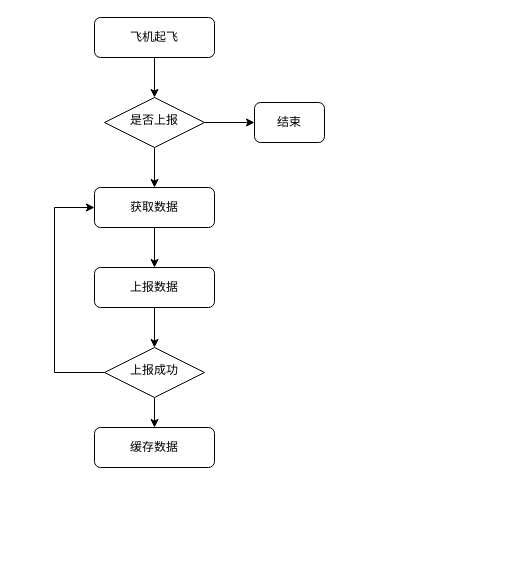
Earlier version of the draw.io diagram 动态数据报送.drawio (xubinlu/AndroidNDK). Source tidied: cells renumbered, new cells numbered last; positions are measured from the earlier drawing's top-left corner, leaving out a move shared by most shapes. Both pictures are drawn from the tidied source at 100%, with x=0, y=0 at pixel (54, 17).
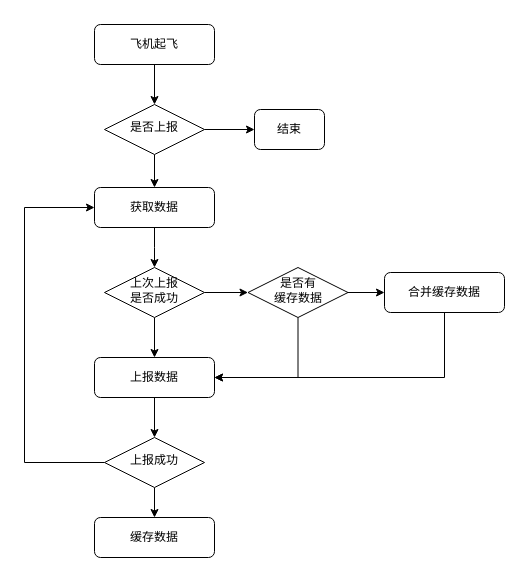
The same diagram, later.

Commit message (it also covers changes not shown here):
更新动态数据报送.drawio

The change refers to these unchanged cells:
```xml
<mxCell id="9" value="获取数据" style="rounded=1;whiteSpace=wrap;html=1;fontSize=12;glass=0;strokeWidth=1;shadow=0;" parent="1" vertex="1">
  <mxGeometry x="40" y="170" width="120" height="40" as="geometry" />
</mxCell>
```

Change to the diagram source:
```diff
@@
     <mxCell id="3" value="飞机起飞" style="rounded=1;whiteSpace=wrap;html=1;fontSize=12;glass=0;strokeWidth=1;shadow=0;" parent="1" vertex="1">
-      <mxGeometry x="40" width="120" height="40" as="geometry" />
+      <mxGeometry x="40" y="7" width="120" height="40" as="geometry" />
     </mxCell>
@@
     <mxCell id="6" value="是否上报" style="rhombus;whiteSpace=wrap;html=1;shadow=0;fontFamily=Helvetica;fontSize=12;align=center;strokeWidth=1;spacing=6;spacingTop=-4;" parent="1" vertex="1">
-      <mxGeometry x="50" y="80" width="100" height="50" as="geometry" />
+      <mxGeometry x="50" y="87" width="100" height="50" as="geometry" />
     </mxCell>
     <mxCell id="7" value="结束" style="rounded=1;whiteSpace=wrap;html=1;fontSize=12;glass=0;strokeWidth=1;shadow=0;" parent="1" vertex="1">
-      <mxGeometry x="200" y="85" width="70" height="40" as="geometry" />
+      <mxGeometry x="200" y="92" width="70" height="40" as="geometry" />
     </mxCell>
-    <mxCell id="8" style="edgeStyle=orthogonalEdgeStyle;rounded=0;jettySize=auto;html=1;" parent="1" edge="1" source="9" target="11">
-      <mxGeometry relative="1" as="geometry" />
+    <mxCell id="8" style="edgeStyle=orthogonalEdgeStyle;rounded=0;jettySize=auto;html=1;" parent="1" edge="1" source="9">
+      <mxGeometry relative="1" as="geometry">
+        <mxPoint x="100" y="250" as="targetPoint" />
+      </mxGeometry>
     </mxCell>
@@
+    <mxCell id="12" style="edgeStyle=orthogonalEdgeStyle;rounded=0;jettySize=auto;html=1;exitX=0;exitY=0.5;exitDx=0;exitDy=0;entryX=0;entryY=0.5;entryDx=0;entryDy=0;" parent="1" edge="1" source="14" target="9">
+      <mxGeometry relative="1" as="geometry">
+        <Array as="points">
+          <mxPoint x="-30" y="445" />
+          <mxPoint x="-30" y="190" />
+        </Array>
+      </mxGeometry>
+    </mxCell>
+    <mxCell id="16" style="edgeStyle=orthogonalEdgeStyle;rounded=0;jettySize=auto;html=1;exitX=0.5;exitY=1;exitDx=0;exitDy=0;entryX=0.5;entryY=0;entryDx=0;entryDy=0;" parent="1" edge="1" source="14" target="15">
+      <mxGeometry relative="1" as="geometry" />
+    </mxCell>
+    <mxCell id="14" value="上报成功" style="rhombus;whiteSpace=wrap;html=1;shadow=0;fontFamily=Helvetica;fontSize=12;align=center;strokeWidth=1;spacing=6;spacingTop=-4;" parent="1" vertex="1">
+      <mxGeometry x="50" y="420" width="100" height="50" as="geometry" />
+    </mxCell>
+    <mxCell id="15" value="缓存数据" style="whiteSpace=wrap;html=1;rounded=1;glass=0;strokeWidth=1;shadow=0;" parent="1" vertex="1">
+      <mxGeometry x="40" y="500" width="120" height="40" as="geometry" />
+    </mxCell>
+    <mxCell id="17" style="edgeStyle=orthogonalEdgeStyle;rounded=0;jettySize=auto;html=1;exitX=0.5;exitY=1;exitDx=0;exitDy=0;entryX=0.5;entryY=0;entryDx=0;entryDy=0;" parent="1" edge="1" source="19" target="11">
+      <mxGeometry relative="1" as="geometry" />
+    </mxCell>
+    <mxCell id="18" style="edgeStyle=orthogonalEdgeStyle;rounded=0;jettySize=auto;html=1;exitX=1;exitY=0.5;exitDx=0;exitDy=0;entryX=0;entryY=0.5;entryDx=0;entryDy=0;" parent="1" edge="1" source="19" target="24">
+      <mxGeometry relative="1" as="geometry" />
+    </mxCell>
+    <mxCell id="19" value="上次上报&lt;br&gt;是否成功" style="rhombus;whiteSpace=wrap;html=1;shadow=0;fontFamily=Helvetica;fontSize=12;align=center;strokeWidth=1;spacing=6;spacingTop=-4;" parent="1" vertex="1">
+      <mxGeometry x="50" y="250" width="100" height="50" as="geometry" />
+    </mxCell>
+    <mxCell id="20" style="edgeStyle=orthogonalEdgeStyle;rounded=0;jettySize=auto;html=1;exitX=0.5;exitY=1;exitDx=0;exitDy=0;entryX=1;entryY=0.5;entryDx=0;entryDy=0;" parent="1" edge="1" source="21" target="11">
+      <mxGeometry relative="1" as="geometry" />
+    </mxCell>
+    <mxCell id="21" value="合并缓存数据" style="rounded=1;whiteSpace=wrap;html=1;fontSize=12;glass=0;strokeWidth=1;shadow=0;" parent="1" vertex="1">
+      <mxGeometry x="330" y="255" width="120" height="40" as="geometry" />
+    </mxCell>
-    <mxCell id="10" style="edgeStyle=orthogonalEdgeStyle;rounded=0;jettySize=auto;html=1;" parent="1" edge="1" source="11" target="14">
+    <mxCell id="10" style="edgeStyle=orthogonalEdgeStyle;rounded=0;jettySize=auto;html=1;exitX=0.5;exitY=1;exitDx=0;exitDy=0;entryX=0.5;entryY=0;entryDx=0;entryDy=0;" parent="1" edge="1" source="11" target="14">
       <mxGeometry relative="1" as="geometry" />
     </mxCell>
-    <mxCell id="11" value="上报数据" style="whiteSpace=wrap;html=1;rounded=1;glass=0;strokeWidth=1;shadow=0;" parent="1" vertex="1">
-      <mxGeometry x="40" y="250" width="120" height="40" as="geometry" />
+    <mxCell id="11" value="上报数据" style="rounded=1;whiteSpace=wrap;html=1;fontSize=12;glass=0;strokeWidth=1;shadow=0;" parent="1" vertex="1">
+      <mxGeometry x="40" y="340" width="120" height="40" as="geometry" />
     </mxCell>
-    <mxCell id="12" style="edgeStyle=orthogonalEdgeStyle;rounded=0;jettySize=auto;html=1;exitX=0;exitY=0.5;exitDx=0;exitDy=0;entryX=0;entryY=0.5;entryDx=0;entryDy=0;" parent="1" edge="1" source="14" target="9">
-      <mxGeometry relative="1" as="geometry">
-        <Array as="points">
-          <mxPoint y="355" />
-          <mxPoint y="190" />
-        </Array>
-      </mxGeometry>
-    </mxCell>
-    <mxCell id="13" style="edgeStyle=orthogonalEdgeStyle;rounded=0;jettySize=auto;html=1;exitX=0.5;exitY=1;exitDx=0;exitDy=0;" parent="1" edge="1" source="14">
-      <mxGeometry relative="1" as="geometry">
-        <mxPoint x="100" y="410" as="targetPoint" />
-      </mxGeometry>
-    </mxCell>
-    <mxCell id="14" value="上报成功" style="rhombus;whiteSpace=wrap;html=1;shadow=0;fontFamily=Helvetica;fontSize=12;align=center;strokeWidth=1;spacing=6;spacingTop=-4;" parent="1" vertex="1">
-      <mxGeometry x="50" y="330" width="100" height="50" as="geometry" />
-    </mxCell>
-    <mxCell id="15" value="缓存数据" style="whiteSpace=wrap;html=1;rounded=1;glass=0;strokeWidth=1;shadow=0;" parent="1" vertex="1">
-      <mxGeometry x="40" y="410" width="120" height="40" as="geometry" />
-    </mxCell>
+    <mxCell id="22" style="edgeStyle=orthogonalEdgeStyle;rounded=0;jettySize=auto;html=1;exitX=1;exitY=0.5;exitDx=0;exitDy=0;entryX=0;entryY=0.5;entryDx=0;entryDy=0;" parent="1" edge="1" source="24" target="21">
+      <mxGeometry relative="1" as="geometry" />
+    </mxCell>
+    <mxCell id="23" style="edgeStyle=orthogonalEdgeStyle;rounded=0;jettySize=auto;html=1;exitX=0.5;exitY=1;exitDx=0;exitDy=0;entryX=1;entryY=0.5;entryDx=0;entryDy=0;" parent="1" edge="1" source="24" target="11">
+      <mxGeometry relative="1" as="geometry" />
+    </mxCell>
+    <mxCell id="24" value="是否有&lt;br&gt;缓存数据" style="rhombus;whiteSpace=wrap;html=1;shadow=0;fontFamily=Helvetica;fontSize=12;align=center;strokeWidth=1;spacing=6;spacingTop=-4;" parent="1" vertex="1">
+      <mxGeometry x="193.5" y="250" width="100" height="50" as="geometry" />
+    </mxCell>
```
